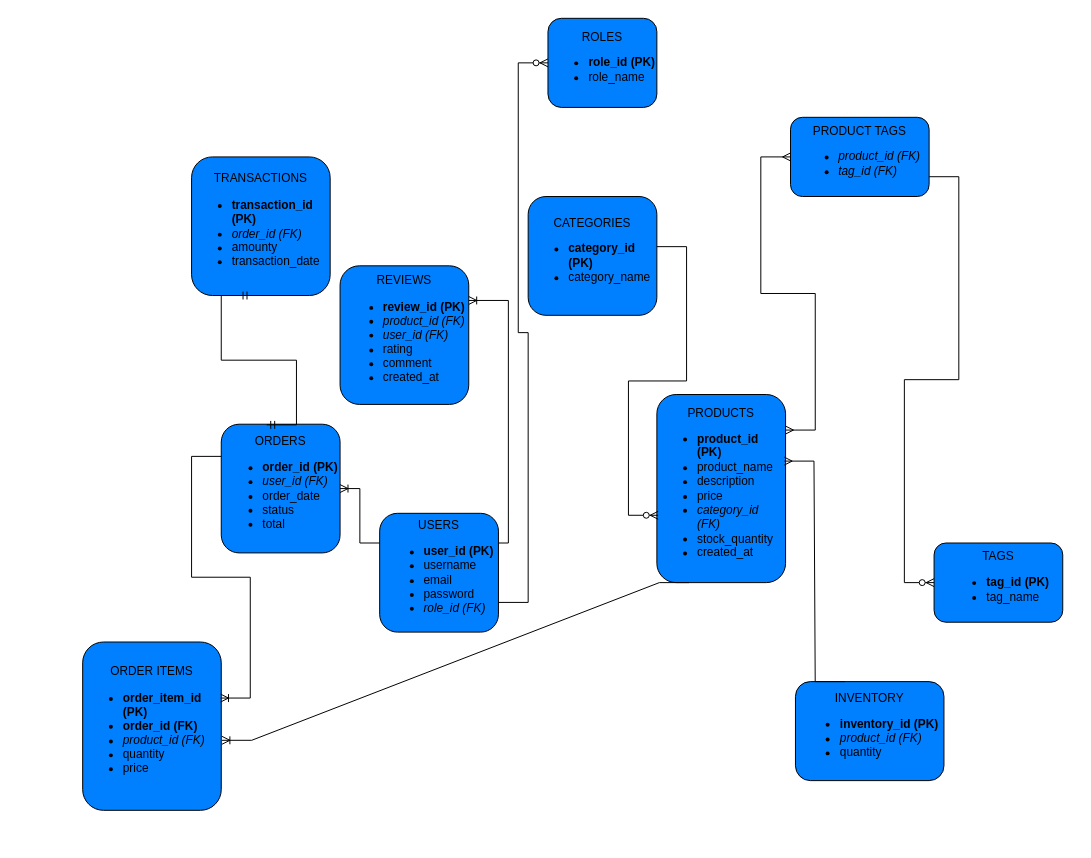
fazilyunus/ecommerce-platform-db keeps this draw.io diagram as ER DIAGRAM.drawio. Above is the earlier version. Source tidied: cells renumbered, new cells numbered last; positions are measured from the earlier drawing's top-left corner, leaving out a move shared by most shapes. Both pictures are drawn from the tidied source at 99%, with x=0, y=0 at pixel (82, 18).
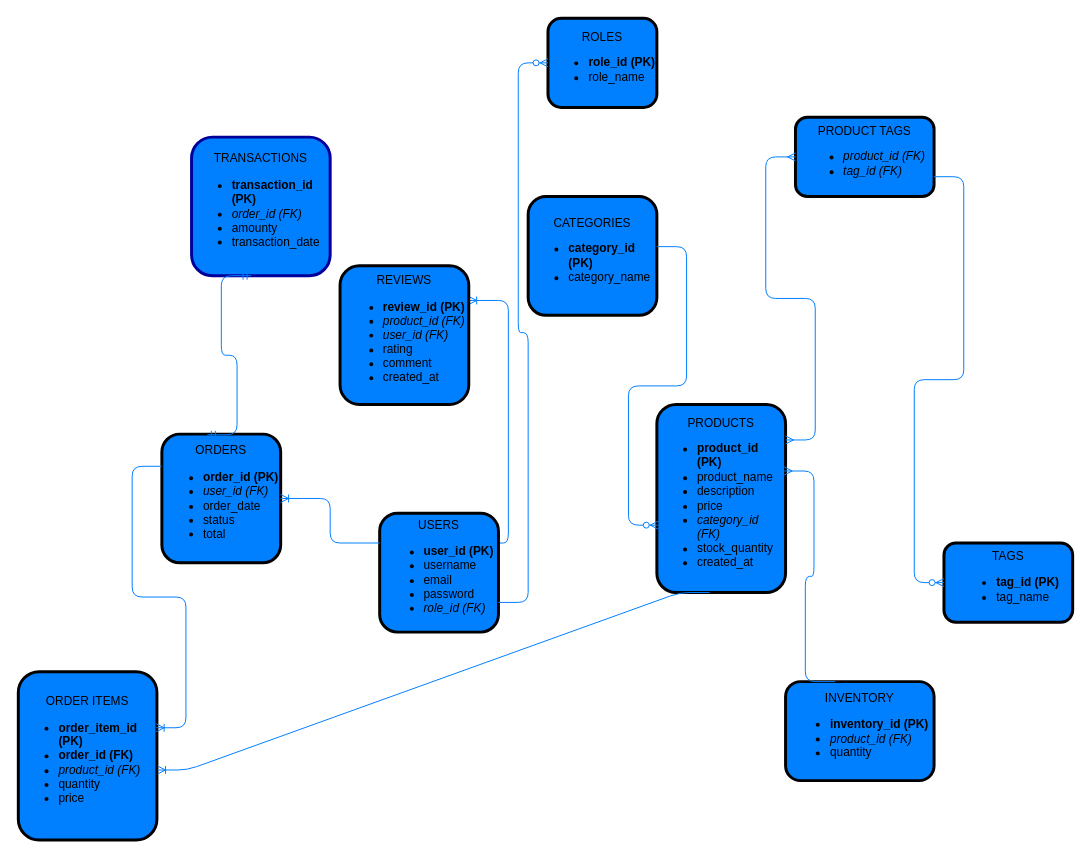
The same diagram, later.

What changed in the source:
```diff
@@
-<mxGraphModel>
+<mxGraphModel background="#FFFFFF">
@@
-    <mxCell id="2" value="ORDERS&lt;div&gt;&lt;ul&gt;&lt;li style=&quot;text-align: left;&quot;&gt;&lt;b&gt;order_id (PK)&lt;/b&gt;&lt;br&gt;&lt;/li&gt;&lt;li style=&quot;text-align: left;&quot;&gt;&lt;i&gt;user_id (FK)&lt;/i&gt;&lt;br&gt;&lt;/li&gt;&lt;li style=&quot;text-align: left;&quot;&gt;order_date&lt;br&gt;&lt;/li&gt;&lt;li style=&quot;text-align: left;&quot;&gt;status&lt;br&gt;&lt;/li&gt;&lt;li style=&quot;text-align: left;&quot;&gt;total&lt;br&gt;&lt;/li&gt;&lt;/ul&gt;&lt;/div&gt;" style="rounded=1;whiteSpace=wrap;html=1;align=center;fillColor=#007FFF;" parent="1" vertex="1">
-      <mxGeometry x="140" y="410" width="120" height="130" as="geometry" />
+    <mxCell id="2" value="ORDERS&lt;div&gt;&lt;ul&gt;&lt;li style=&quot;text-align: left;&quot;&gt;&lt;b&gt;order_id (PK)&lt;/b&gt;&lt;br&gt;&lt;/li&gt;&lt;li style=&quot;text-align: left;&quot;&gt;&lt;i&gt;user_id (FK)&lt;/i&gt;&lt;br&gt;&lt;/li&gt;&lt;li style=&quot;text-align: left;&quot;&gt;order_date&lt;br&gt;&lt;/li&gt;&lt;li style=&quot;text-align: left;&quot;&gt;status&lt;br&gt;&lt;/li&gt;&lt;li style=&quot;text-align: left;&quot;&gt;total&lt;br&gt;&lt;/li&gt;&lt;/ul&gt;&lt;/div&gt;" style="rounded=1;whiteSpace=wrap;html=1;align=center;fillColor=#007FFF;strokeWidth=3;" parent="1" vertex="1">
+      <mxGeometry x="80" y="420" width="120" height="130" as="geometry" />
     </mxCell>
-    <mxCell id="3" style="edgeStyle=orthogonalEdgeStyle;fontSize=12;html=1;endArrow=ERoneToMany;rounded=0;exitX=1;exitY=0.25;exitDx=0;exitDy=0;entryX=1;entryY=0.25;entryDx=0;entryDy=0;" parent="1" edge="1" source="4" target="9">
+    <mxCell id="3" style="edgeStyle=orthogonalEdgeStyle;fontSize=12;html=1;endArrow=ERoneToMany;rounded=1;exitX=1;exitY=0.25;exitDx=0;exitDy=0;entryX=1;entryY=0.25;entryDx=0;entryDy=0;curved=0;strokeColor=#007FFF;" parent="1" edge="1" source="4" target="9">
       <mxGeometry relative="1" as="geometry" />
     </mxCell>
-    <mxCell id="4" value="USERS&lt;div&gt;&lt;ul&gt;&lt;li style=&quot;text-align: left;&quot;&gt;&lt;b&gt;user_id (PK)&lt;/b&gt;&lt;br&gt;&lt;/li&gt;&lt;li style=&quot;text-align: left;&quot;&gt;username&lt;br&gt;&lt;/li&gt;&lt;li style=&quot;text-align: left;&quot;&gt;email&lt;br&gt;&lt;/li&gt;&lt;li style=&quot;text-align: left;&quot;&gt;password&lt;br&gt;&lt;/li&gt;&lt;li style=&quot;text-align: left;&quot;&gt;&lt;i&gt;role_id (FK)&lt;/i&gt;&lt;br&gt;&lt;/li&gt;&lt;/ul&gt;&lt;/div&gt;" style="rounded=1;whiteSpace=wrap;html=1;align=center;fillColor=#007FFF;" parent="1" vertex="1">
+    <mxCell id="4" value="USERS&lt;div&gt;&lt;ul&gt;&lt;li style=&quot;text-align: left;&quot;&gt;&lt;b&gt;user_id (PK)&lt;/b&gt;&lt;br&gt;&lt;/li&gt;&lt;li style=&quot;text-align: left;&quot;&gt;username&lt;br&gt;&lt;/li&gt;&lt;li style=&quot;text-align: left;&quot;&gt;email&lt;br&gt;&lt;/li&gt;&lt;li style=&quot;text-align: left;&quot;&gt;password&lt;br&gt;&lt;/li&gt;&lt;li style=&quot;text-align: left;&quot;&gt;&lt;i&gt;role_id (FK)&lt;/i&gt;&lt;br&gt;&lt;/li&gt;&lt;/ul&gt;&lt;/div&gt;" style="rounded=1;whiteSpace=wrap;html=1;align=center;fillColor=#007FFF;strokeWidth=3;" parent="1" vertex="1">
       <mxGeometry x="300" y="500" width="120" height="120" as="geometry" />
     </mxCell>
-    <mxCell id="5" value="ROLES&lt;div&gt;&lt;ul&gt;&lt;li style=&quot;text-align: left;&quot;&gt;&lt;b&gt;role_id (PK)&lt;br&gt;&lt;/b&gt;&lt;/li&gt;&lt;li style=&quot;text-align: left;&quot;&gt;role_name&lt;/li&gt;&lt;/ul&gt;&lt;/div&gt;" style="rounded=1;whiteSpace=wrap;html=1;align=center;fillColor=#007FFF;" parent="1" vertex="1">
+    <mxCell id="5" value="ROLES&lt;div&gt;&lt;ul&gt;&lt;li style=&quot;text-align: left;&quot;&gt;&lt;b&gt;role_id (PK)&lt;br&gt;&lt;/b&gt;&lt;/li&gt;&lt;li style=&quot;text-align: left;&quot;&gt;role_name&lt;/li&gt;&lt;/ul&gt;&lt;/div&gt;" style="rounded=1;whiteSpace=wrap;html=1;align=center;fillColor=#007FFF;strokeWidth=3;" parent="1" vertex="1">
       <mxGeometry x="470" width="110" height="90" as="geometry" />
     </mxCell>
-    <mxCell id="6" value="PRODUCTS&lt;div&gt;&lt;ul&gt;&lt;li style=&quot;text-align: left;&quot;&gt;&lt;b&gt;product_id (PK)&lt;br&gt;&lt;/b&gt;&lt;/li&gt;&lt;li style=&quot;text-align: left;&quot;&gt;product_name&lt;br&gt;&lt;/li&gt;&lt;li style=&quot;text-align: left;&quot;&gt;description&lt;br&gt;&lt;/li&gt;&lt;li style=&quot;text-align: left;&quot;&gt;price&lt;br&gt;&lt;/li&gt;&lt;li style=&quot;text-align: left;&quot;&gt;&lt;i&gt;category_id (FK)&lt;/i&gt;&lt;br&gt;&lt;/li&gt;&lt;li style=&quot;text-align: left;&quot;&gt;stock_quantity&lt;br&gt;&lt;/li&gt;&lt;li style=&quot;text-align: left;&quot;&gt;created_at&lt;br&gt;&lt;/li&gt;&lt;/ul&gt;&lt;/div&gt;" style="rounded=1;whiteSpace=wrap;html=1;align=center;fillColor=#007FFF;" parent="1" vertex="1">
-      <mxGeometry x="580" y="380" width="130" height="190" as="geometry" />
+    <mxCell id="6" value="PRODUCTS&lt;div&gt;&lt;ul&gt;&lt;li style=&quot;text-align: left;&quot;&gt;&lt;b&gt;product_id (PK)&lt;br&gt;&lt;/b&gt;&lt;/li&gt;&lt;li style=&quot;text-align: left;&quot;&gt;product_name&lt;br&gt;&lt;/li&gt;&lt;li style=&quot;text-align: left;&quot;&gt;description&lt;br&gt;&lt;/li&gt;&lt;li style=&quot;text-align: left;&quot;&gt;price&lt;br&gt;&lt;/li&gt;&lt;li style=&quot;text-align: left;&quot;&gt;&lt;i&gt;category_id (FK)&lt;/i&gt;&lt;br&gt;&lt;/li&gt;&lt;li style=&quot;text-align: left;&quot;&gt;stock_quantity&lt;br&gt;&lt;/li&gt;&lt;li style=&quot;text-align: left;&quot;&gt;created_at&lt;br&gt;&lt;/li&gt;&lt;/ul&gt;&lt;/div&gt;" style="rounded=1;whiteSpace=wrap;html=1;align=center;fillColor=#007FFF;strokeWidth=3;" parent="1" vertex="1">
+      <mxGeometry x="580" y="390" width="130" height="190" as="geometry" />
     </mxCell>
-    <mxCell id="7" value="CATEGORIES&lt;div&gt;&lt;ul&gt;&lt;li style=&quot;text-align: left;&quot;&gt;&lt;b&gt;category_id (PK)&lt;br&gt;&lt;/b&gt;&lt;/li&gt;&lt;li style=&quot;text-align: left;&quot;&gt;category_name&lt;br&gt;&lt;/li&gt;&lt;/ul&gt;&lt;/div&gt;" style="rounded=1;whiteSpace=wrap;html=1;align=center;fillColor=#007FFF;" parent="1" vertex="1">
+    <mxCell id="7" value="CATEGORIES&lt;div&gt;&lt;ul&gt;&lt;li style=&quot;text-align: left;&quot;&gt;&lt;b&gt;category_id (PK)&lt;br&gt;&lt;/b&gt;&lt;/li&gt;&lt;li style=&quot;text-align: left;&quot;&gt;category_name&lt;br&gt;&lt;/li&gt;&lt;/ul&gt;&lt;/div&gt;" style="rounded=1;whiteSpace=wrap;html=1;align=center;fillColor=#007FFF;strokeWidth=3;" parent="1" vertex="1">
       <mxGeometry x="450" y="180" width="130" height="120" as="geometry" />
     </mxCell>
-    <mxCell id="8" value="TAGS&lt;div&gt;&lt;ul&gt;&lt;li style=&quot;text-align: left;&quot;&gt;&lt;b&gt;tag_id (PK)&lt;/b&gt;&lt;br&gt;&lt;/li&gt;&lt;li style=&quot;text-align: left;&quot;&gt;tag_name&lt;br&gt;&lt;/li&gt;&lt;/ul&gt;&lt;/div&gt;" style="rounded=1;whiteSpace=wrap;html=1;align=center;fillColor=#007FFF;" parent="1" vertex="1">
-      <mxGeometry x="860" y="530" width="130" height="80" as="geometry" />
+    <mxCell id="8" value="TAGS&lt;div&gt;&lt;ul&gt;&lt;li style=&quot;text-align: left;&quot;&gt;&lt;b&gt;tag_id (PK)&lt;/b&gt;&lt;br&gt;&lt;/li&gt;&lt;li style=&quot;text-align: left;&quot;&gt;tag_name&lt;br&gt;&lt;/li&gt;&lt;/ul&gt;&lt;/div&gt;" style="rounded=1;whiteSpace=wrap;html=1;align=center;fillColor=#007FFF;strokeWidth=3;" parent="1" vertex="1">
+      <mxGeometry x="870" y="530" width="130" height="80" as="geometry" />
     </mxCell>
-    <mxCell id="9" value="REVIEWS&lt;div&gt;&lt;ul&gt;&lt;li style=&quot;text-align: left;&quot;&gt;&lt;b&gt;review_id (PK)&lt;/b&gt;&lt;br&gt;&lt;/li&gt;&lt;li style=&quot;text-align: left;&quot;&gt;&lt;i&gt;product_id (FK)&lt;/i&gt;&lt;br&gt;&lt;/li&gt;&lt;li style=&quot;text-align: left;&quot;&gt;&lt;i&gt;user_id (FK)&lt;/i&gt;&lt;br&gt;&lt;/li&gt;&lt;li style=&quot;text-align: left;&quot;&gt;rating&lt;br&gt;&lt;/li&gt;&lt;li style=&quot;text-align: left;&quot;&gt;comment&lt;br&gt;&lt;/li&gt;&lt;li style=&quot;text-align: left;&quot;&gt;created_at&lt;br&gt;&lt;/li&gt;&lt;/ul&gt;&lt;/div&gt;" style="rounded=1;whiteSpace=wrap;html=1;align=center;fillColor=#007FFF;" parent="1" vertex="1">
+    <mxCell id="9" value="REVIEWS&lt;div&gt;&lt;ul&gt;&lt;li style=&quot;text-align: left;&quot;&gt;&lt;b&gt;review_id (PK)&lt;/b&gt;&lt;br&gt;&lt;/li&gt;&lt;li style=&quot;text-align: left;&quot;&gt;&lt;i&gt;product_id (FK)&lt;/i&gt;&lt;br&gt;&lt;/li&gt;&lt;li style=&quot;text-align: left;&quot;&gt;&lt;i&gt;user_id (FK)&lt;/i&gt;&lt;br&gt;&lt;/li&gt;&lt;li style=&quot;text-align: left;&quot;&gt;rating&lt;br&gt;&lt;/li&gt;&lt;li style=&quot;text-align: left;&quot;&gt;comment&lt;br&gt;&lt;/li&gt;&lt;li style=&quot;text-align: left;&quot;&gt;created_at&lt;br&gt;&lt;/li&gt;&lt;/ul&gt;&lt;/div&gt;" style="rounded=1;whiteSpace=wrap;html=1;align=center;fillColor=#007FFF;strokeWidth=3;" parent="1" vertex="1">
       <mxGeometry x="260" y="250" width="130" height="140" as="geometry" />
     </mxCell>
-    <mxCell id="10" value="ORDER ITEMS&lt;div&gt;&lt;ul&gt;&lt;li style=&quot;text-align: left;&quot;&gt;&lt;b&gt;order_item_id (PK)&lt;/b&gt;&lt;br&gt;&lt;/li&gt;&lt;li style=&quot;text-align: left;&quot;&gt;&lt;span style=&quot;background-color: initial;&quot;&gt;&lt;b&gt;order_id (FK)&lt;/b&gt;&lt;/span&gt;&lt;/li&gt;&lt;li style=&quot;text-align: left;&quot;&gt;&lt;i&gt;product_id (FK)&lt;/i&gt;&lt;br&gt;&lt;/li&gt;&lt;li style=&quot;text-align: left;&quot;&gt;quantity&lt;br&gt;&lt;/li&gt;&lt;li style=&quot;text-align: left;&quot;&gt;price&lt;br&gt;&lt;/li&gt;&lt;/ul&gt;&lt;/div&gt;" style="rounded=1;whiteSpace=wrap;html=1;align=center;fillColor=#007FFF;" parent="1" vertex="1">
-      <mxGeometry y="630" width="140" height="170" as="geometry" />
+    <mxCell id="10" value="ORDER ITEMS&lt;div&gt;&lt;ul&gt;&lt;li style=&quot;text-align: left;&quot;&gt;&lt;b&gt;order_item_id (PK)&lt;/b&gt;&lt;br&gt;&lt;/li&gt;&lt;li style=&quot;text-align: left;&quot;&gt;&lt;span style=&quot;background-color: initial;&quot;&gt;&lt;b&gt;order_id (FK)&lt;/b&gt;&lt;/span&gt;&lt;/li&gt;&lt;li style=&quot;text-align: left;&quot;&gt;&lt;i&gt;product_id (FK)&lt;/i&gt;&lt;br&gt;&lt;/li&gt;&lt;li style=&quot;text-align: left;&quot;&gt;quantity&lt;br&gt;&lt;/li&gt;&lt;li style=&quot;text-align: left;&quot;&gt;price&lt;br&gt;&lt;/li&gt;&lt;/ul&gt;&lt;/div&gt;" style="rounded=1;whiteSpace=wrap;html=1;align=center;fillColor=#007FFF;strokeWidth=3;" parent="1" vertex="1">
+      <mxGeometry x="-65" y="660" width="140" height="170" as="geometry" />
     </mxCell>
-    <mxCell id="11" value="INVENTORY&lt;div&gt;&lt;ul&gt;&lt;li style=&quot;text-align: left;&quot;&gt;&lt;b&gt;inventory_id (PK)&lt;/b&gt;&lt;br&gt;&lt;/li&gt;&lt;li style=&quot;text-align: left;&quot;&gt;&lt;i&gt;product_id (FK)&lt;/i&gt;&lt;br&gt;&lt;/li&gt;&lt;li style=&quot;text-align: left;&quot;&gt;quantity&lt;/li&gt;&lt;/ul&gt;&lt;/div&gt;" style="rounded=1;whiteSpace=wrap;html=1;align=center;fillColor=#007FFF;" parent="1" vertex="1">
-      <mxGeometry x="720" y="670" width="150" height="100" as="geometry" />
+    <mxCell id="11" value="INVENTORY&lt;div&gt;&lt;ul&gt;&lt;li style=&quot;text-align: left;&quot;&gt;&lt;b&gt;inventory_id (PK)&lt;/b&gt;&lt;br&gt;&lt;/li&gt;&lt;li style=&quot;text-align: left;&quot;&gt;&lt;i&gt;product_id (FK)&lt;/i&gt;&lt;br&gt;&lt;/li&gt;&lt;li style=&quot;text-align: left;&quot;&gt;quantity&lt;/li&gt;&lt;/ul&gt;&lt;/div&gt;" style="rounded=1;whiteSpace=wrap;html=1;align=center;fillColor=#007FFF;strokeWidth=3;" parent="1" vertex="1">
+      <mxGeometry x="710" y="670" width="150" height="100" as="geometry" />
     </mxCell>
-    <mxCell id="12" value="TRANSACTIONS&lt;div&gt;&lt;ul&gt;&lt;li style=&quot;text-align: left;&quot;&gt;&lt;b&gt;transaction_id (PK)&lt;/b&gt;&lt;br&gt;&lt;/li&gt;&lt;li style=&quot;text-align: left;&quot;&gt;&lt;i&gt;order_id (FK)&lt;/i&gt;&lt;br&gt;&lt;/li&gt;&lt;li style=&quot;text-align: left;&quot;&gt;&lt;span class=&quot;hljs-deletion&quot;&gt;amounty&lt;/span&gt;&lt;/li&gt;&lt;li style=&quot;text-align: left;&quot;&gt;&lt;span class=&quot;hljs-deletion&quot;&gt;transaction_date&lt;br&gt;&lt;/span&gt;&lt;/li&gt;&lt;/ul&gt;&lt;/div&gt;" style="rounded=1;whiteSpace=wrap;html=1;align=center;fillColor=#007FFF;" parent="1" vertex="1">
-      <mxGeometry x="110" y="140" width="140" height="140" as="geometry" />
+    <mxCell id="12" value="TRANSACTIONS&lt;div&gt;&lt;ul&gt;&lt;li style=&quot;text-align: left;&quot;&gt;&lt;b&gt;transaction_id (PK)&lt;/b&gt;&lt;br&gt;&lt;/li&gt;&lt;li style=&quot;text-align: left;&quot;&gt;&lt;i&gt;order_id (FK)&lt;/i&gt;&lt;br&gt;&lt;/li&gt;&lt;li style=&quot;text-align: left;&quot;&gt;&lt;span class=&quot;hljs-deletion&quot;&gt;amounty&lt;/span&gt;&lt;/li&gt;&lt;li style=&quot;text-align: left;&quot;&gt;&lt;span class=&quot;hljs-deletion&quot;&gt;transaction_date&lt;br&gt;&lt;/span&gt;&lt;/li&gt;&lt;/ul&gt;&lt;/div&gt;" style="rounded=1;whiteSpace=wrap;html=1;align=center;fillColor=#007FFF;strokeWidth=3;strokeColor=#000099;" parent="1" vertex="1">
+      <mxGeometry x="110" y="120" width="140" height="140" as="geometry" />
     </mxCell>
-    <mxCell id="13" value="PRODUCT TAGS&lt;div&gt;&lt;ul&gt;&lt;li style=&quot;text-align: left;&quot;&gt;&lt;i&gt;product_id (FK)&lt;/i&gt;&lt;br&gt;&lt;/li&gt;&lt;li style=&quot;text-align: left;&quot;&gt;&lt;i&gt;tag_id (FK)&lt;/i&gt;&lt;br&gt;&lt;/li&gt;&lt;/ul&gt;&lt;/div&gt;" style="rounded=1;whiteSpace=wrap;html=1;align=center;fillColor=#007FFF;" parent="1" vertex="1">
-      <mxGeometry x="715" y="100" width="140" height="80" as="geometry" />
+    <mxCell id="13" value="PRODUCT TAGS&lt;div&gt;&lt;ul&gt;&lt;li style=&quot;text-align: left;&quot;&gt;&lt;i&gt;product_id (FK)&lt;/i&gt;&lt;br&gt;&lt;/li&gt;&lt;li style=&quot;text-align: left;&quot;&gt;&lt;i&gt;tag_id (FK)&lt;/i&gt;&lt;br&gt;&lt;/li&gt;&lt;/ul&gt;&lt;/div&gt;" style="rounded=1;whiteSpace=wrap;html=1;align=center;fillColor=#007FFF;strokeWidth=3;" parent="1" vertex="1">
+      <mxGeometry x="720" y="100" width="140" height="80" as="geometry" />
     </mxCell>
-    <mxCell id="14" style="edgeStyle=entityRelationEdgeStyle;fontSize=12;html=1;endArrow=ERzeroToMany;endFill=1;rounded=0;exitX=1;exitY=0.75;exitDx=0;exitDy=0;entryX=0;entryY=0.5;entryDx=0;entryDy=0;" parent="1" edge="1" source="4" target="5">
+    <mxCell id="14" style="edgeStyle=entityRelationEdgeStyle;fontSize=12;html=1;endArrow=ERzeroToMany;endFill=1;rounded=1;exitX=1;exitY=0.75;exitDx=0;exitDy=0;entryX=0;entryY=0.5;entryDx=0;entryDy=0;strokeColor=#007FFF;curved=0;" parent="1" edge="1" source="4" target="5">
       <mxGeometry relative="1" as="geometry">
         <Array as="points">
           <mxPoint x="530" y="514" />
           <mxPoint x="530" y="515" />
         </Array>
       </mxGeometry>
     </mxCell>
-    <mxCell id="15" style="edgeStyle=entityRelationEdgeStyle;fontSize=12;html=1;endArrow=ERzeroToMany;endFill=1;rounded=0;exitX=1;exitY=0.422;exitDx=0;exitDy=0;exitPerimeter=0;entryX=0.01;entryY=0.642;entryDx=0;entryDy=0;entryPerimeter=0;" parent="1" edge="1" source="7" target="6">
+    <mxCell id="15" style="edgeStyle=entityRelationEdgeStyle;fontSize=12;html=1;endArrow=ERzeroToMany;endFill=1;rounded=1;exitX=1;exitY=0.422;exitDx=0;exitDy=0;exitPerimeter=0;entryX=0.01;entryY=0.642;entryDx=0;entryDy=0;entryPerimeter=0;curved=0;strokeColor=#007FFF;" parent="1" edge="1" source="7" target="6">
       <mxGeometry relative="1" as="geometry" />
     </mxCell>
-    <mxCell id="16" style="edgeStyle=entityRelationEdgeStyle;fontSize=12;html=1;endArrow=ERmany;startArrow=ERmany;rounded=0;entryX=0;entryY=0.5;entryDx=0;entryDy=0;exitX=1;exitY=0.189;exitDx=0;exitDy=0;exitPerimeter=0;" parent="1" edge="1" source="6" target="13">
+    <mxCell id="16" style="edgeStyle=entityRelationEdgeStyle;fontSize=12;html=1;endArrow=ERmany;startArrow=ERmany;rounded=1;entryX=0;entryY=0.5;entryDx=0;entryDy=0;exitX=1;exitY=0.189;exitDx=0;exitDy=0;exitPerimeter=0;curved=0;strokeColor=#007FFF;" parent="1" edge="1" source="6" target="13">
       <mxGeometry relative="1" as="geometry">
         <Array as="points">
           <mxPoint x="740" y="610" />
           <mxPoint x="740" y="610" />
         </Array>
       </mxGeometry>
     </mxCell>
-    <mxCell id="17" style="edgeStyle=entityRelationEdgeStyle;fontSize=12;html=1;endArrow=ERzeroToMany;endFill=1;rounded=0;entryX=0;entryY=0.5;entryDx=0;entryDy=0;exitX=1;exitY=0.75;exitDx=0;exitDy=0;" parent="1" edge="1" source="13" target="8">
+    <mxCell id="17" style="edgeStyle=entityRelationEdgeStyle;fontSize=12;html=1;endArrow=ERzeroToMany;endFill=1;rounded=1;entryX=0;entryY=0.5;entryDx=0;entryDy=0;exitX=1;exitY=0.75;exitDx=0;exitDy=0;curved=0;strokeColor=#007FFF;" parent="1" edge="1" source="13" target="8">
       <mxGeometry relative="1" as="geometry" />
     </mxCell>
-    <mxCell id="18" style="edgeStyle=elbowEdgeStyle;fontSize=12;html=1;endArrow=ERoneToMany;rounded=0;entryX=1;entryY=0.5;entryDx=0;entryDy=0;exitX=0;exitY=0.25;exitDx=0;exitDy=0;" parent="1" edge="1" source="4" target="2">
+    <mxCell id="18" style="edgeStyle=elbowEdgeStyle;fontSize=12;html=1;endArrow=ERoneToMany;rounded=1;entryX=1;entryY=0.5;entryDx=0;entryDy=0;exitX=0;exitY=0.25;exitDx=0;exitDy=0;curved=0;strokeColor=#007FFF;" parent="1" edge="1" source="4" target="2">
       <mxGeometry relative="1" as="geometry" />
     </mxCell>
-    <mxCell id="19" style="edgeStyle=entityRelationEdgeStyle;fontSize=12;html=1;endArrow=ERoneToMany;rounded=0;entryX=0.995;entryY=0.333;entryDx=0;entryDy=0;entryPerimeter=0;exitX=0;exitY=0.25;exitDx=0;exitDy=0;" parent="1" edge="1" source="2" target="10">
+    <mxCell id="19" style="edgeStyle=entityRelationEdgeStyle;fontSize=12;html=1;endArrow=ERoneToMany;rounded=1;entryX=0.995;entryY=0.333;entryDx=0;entryDy=0;entryPerimeter=0;exitX=0;exitY=0.25;exitDx=0;exitDy=0;curved=0;strokeColor=#007FFF;" parent="1" edge="1" source="2" target="10">
       <mxGeometry relative="1" as="geometry" />
     </mxCell>
-    <mxCell id="20" style="edgeStyle=entityRelationEdgeStyle;fontSize=12;html=1;endArrow=ERoneToMany;rounded=0;entryX=1.005;entryY=0.584;entryDx=0;entryDy=0;entryPerimeter=0;exitX=0.25;exitY=1;exitDx=0;exitDy=0;" parent="1" edge="1" source="6" target="10">
+    <mxCell id="20" style="edgeStyle=entityRelationEdgeStyle;fontSize=12;html=1;endArrow=ERoneToMany;rounded=1;entryX=1.005;entryY=0.584;entryDx=0;entryDy=0;entryPerimeter=0;exitX=0.41;exitY=1;exitDx=0;exitDy=0;curved=0;strokeColor=#007FFF;exitPerimeter=0;" parent="1" edge="1" source="6" target="10">
       <mxGeometry relative="1" as="geometry" />
     </mxCell>
-    <mxCell id="21" style="edgeStyle=entityRelationEdgeStyle;fontSize=12;html=1;endArrow=ERmany;rounded=0;entryX=0.99;entryY=0.354;entryDx=0;entryDy=0;exitX=0.333;exitY=0;exitDx=0;exitDy=0;exitPerimeter=0;entryPerimeter=0;" parent="1" edge="1" source="11" target="6">
+    <mxCell id="21" style="edgeStyle=entityRelationEdgeStyle;fontSize=12;html=1;endArrow=ERmany;rounded=1;entryX=0.99;entryY=0.354;entryDx=0;entryDy=0;exitX=0.333;exitY=0;exitDx=0;exitDy=0;exitPerimeter=0;entryPerimeter=0;curved=0;strokeColor=#007FFF;" parent="1" edge="1" source="11" target="6">
       <mxGeometry relative="1" as="geometry">
         <Array as="points">
           <mxPoint x="690" y="680" />
         </Array>
       </mxGeometry>
     </mxCell>
-    <mxCell id="22" style="edgeStyle=entityRelationEdgeStyle;fontSize=12;html=1;endArrow=ERmandOne;startArrow=ERmandOne;rounded=0;exitX=0.383;exitY=0.005;exitDx=0;exitDy=0;exitPerimeter=0;" parent="1" edge="1" source="2">
-      <mxGeometry relative="1" as="geometry">
-        <mxPoint x="170" y="280" as="targetPoint" />
-      </mxGeometry>
+    <mxCell id="22" style="edgeStyle=entityRelationEdgeStyle;fontSize=12;html=1;endArrow=ERmandOne;startArrow=ERmandOne;rounded=1;exitX=0.383;exitY=0.005;exitDx=0;exitDy=0;exitPerimeter=0;entryX=0.429;entryY=1;entryDx=0;entryDy=0;entryPerimeter=0;curved=0;strokeColor=#007FFF;strokeWidth=1;" parent="1" edge="1" source="2" target="12">
+      <mxGeometry relative="1" as="geometry" />
     </mxCell>
```
